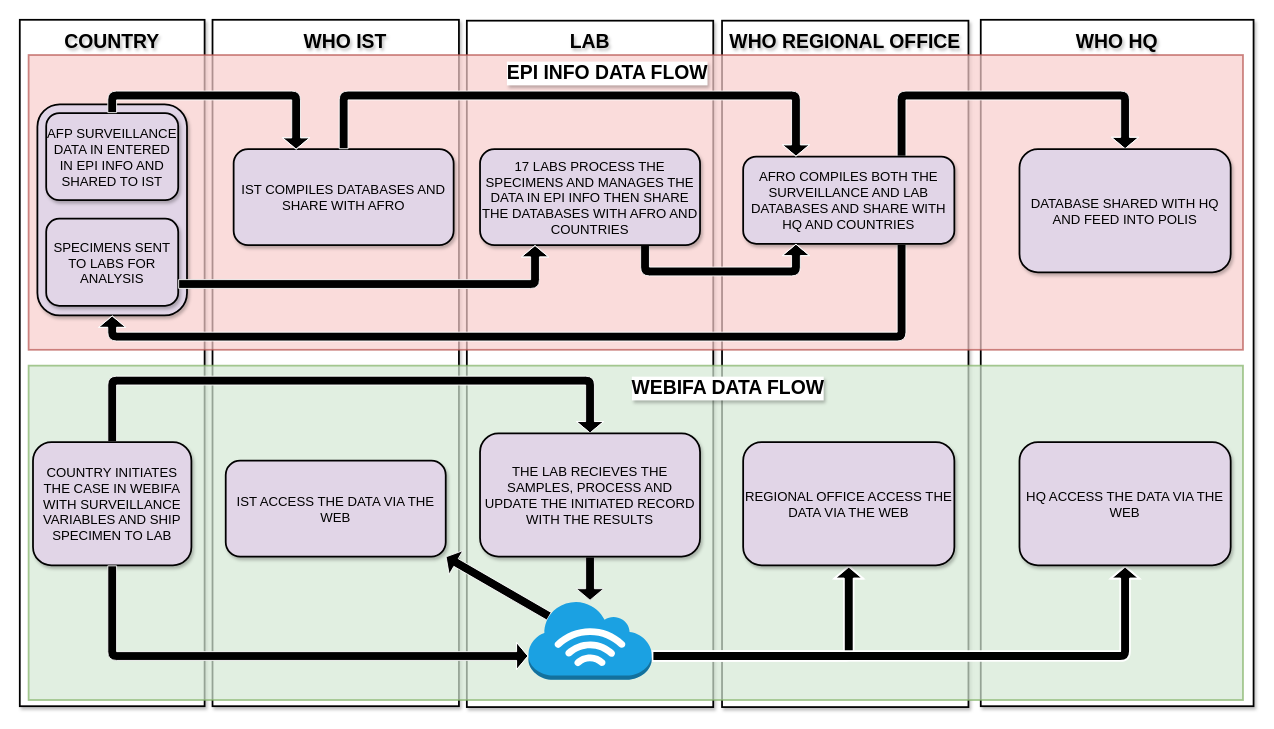
This is page "Page-2" (2 of 3) of ES_Data_flow.drawio from DemevengDerrick/Workflows, a draw.io file, before an edit. Source tidied: cells renumbered, new cells numbered last; positions are measured from the earlier drawing's top-left corner, leaving out a move shared by most shapes. Both pictures are drawn from the tidied source at 88%, with x=0, y=0 at pixel (19, 19).
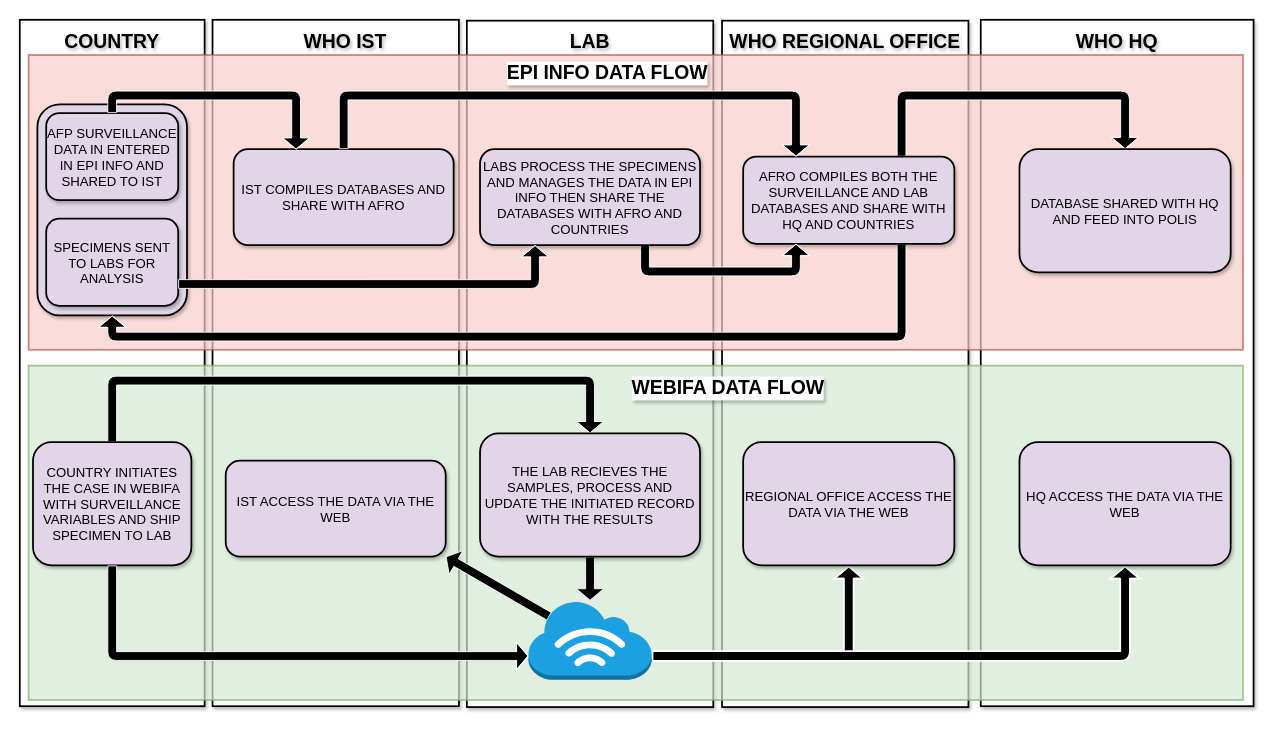
After the change.

What changed in the source:
```diff
@@
-    <mxCell id="35" value="17 LABS PROCESS THE SPECIMENS AND MANAGES THE DATA IN EPI INFO THEN SHARE THE DATABASES WITH AFRO AND COUNTRIES" style="rounded=1;whiteSpace=wrap;html=1;fontStyle=0;fontSize=15;fillColor=#e1d5e7;strokeColor=#000000;shadow=1;strokeWidth=2;" parent="1" vertex="1">
+    <mxCell id="35" value="LABS PROCESS THE SPECIMENS AND MANAGES THE DATA IN EPI INFO THEN SHARE THE DATABASES WITH AFRO AND COUNTRIES" style="rounded=1;whiteSpace=wrap;html=1;fontStyle=0;fontSize=15;fillColor=#e1d5e7;strokeColor=#000000;shadow=1;strokeWidth=2;" parent="1" vertex="1">
       <mxGeometry x="523" y="147" width="250" height="109" as="geometry" />
     </mxCell>
```
